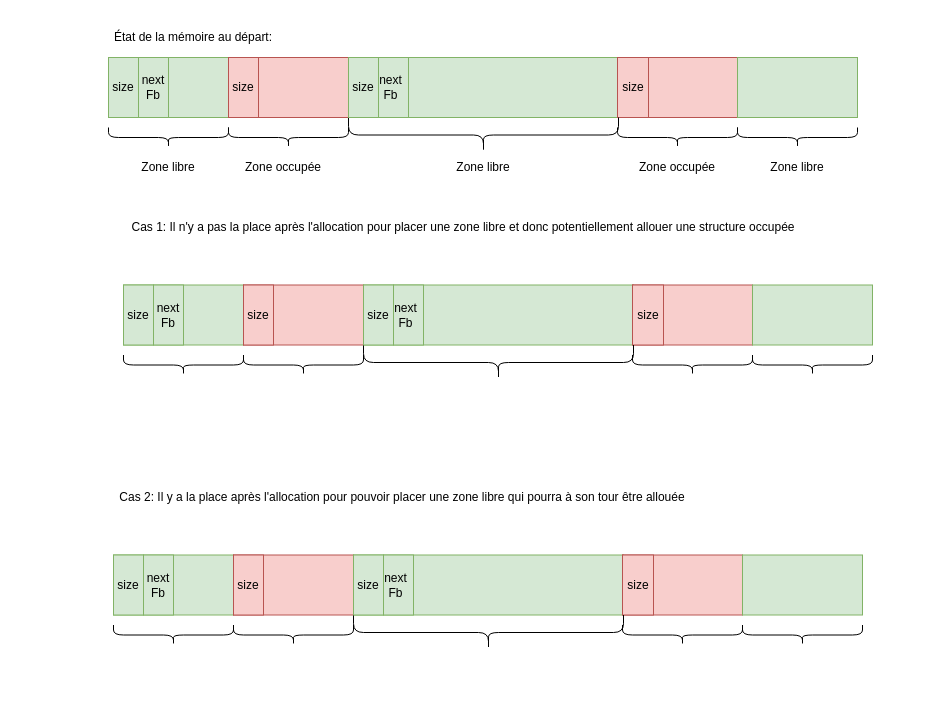
Before: diagrams/fonction_memAlloc.drawio in gregiorg/API_TP4_PELISSE_FODOR, a draw.io diagram. Source tidied: cells renumbered, new cells numbered last; positions are measured from the earlier drawing's top-left corner, leaving out a move shared by most shapes. Both pictures are drawn from the tidied source at 100%, with x=0, y=0 at pixel (17, -1).
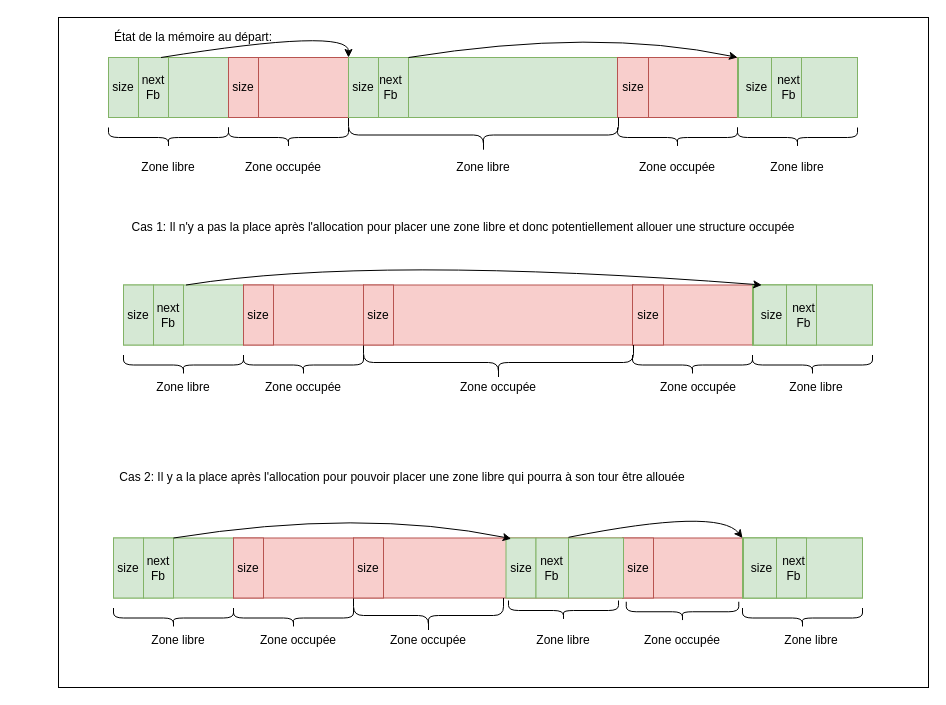
The same page after the edit.

The change refers to these unchanged cells:
```xml
<mxCell id="8" style="rounded=0;whiteSpace=wrap;html=1;fillColor=#d5e8d4;strokeColor=#82b366;" parent="1" vertex="1">
  <mxGeometry x="720" y="58" width="120" height="60" as="geometry" />
</mxCell>
<mxCell id="10" style="rounded=0;whiteSpace=wrap;html=1;fillColor=#d5e8d4;strokeColor=#82b366;" parent="1" vertex="1">
  <mxGeometry x="121" y="58" width="30" height="60" as="geometry" />
</mxCell>
<mxCell id="27" style="rounded=0;whiteSpace=wrap;html=1;fillColor=#d5e8d4;strokeColor=#82b366;" parent="1" vertex="1">
  <mxGeometry x="331" y="58" width="30" height="60" as="geometry" />
</mxCell>
```

What changed in the source:
```diff
@@
+    <mxCell id="76" style="rounded=0;whiteSpace=wrap;html=1;" parent="1" vertex="1">
+      <mxGeometry x="41" y="18" width="870" height="670" as="geometry" />
+    </mxCell>
@@
     <mxCell id="5" style="rounded=0;whiteSpace=wrap;html=1;fillColor=#f8cecc;strokeColor=#b85450;" parent="1" vertex="1">
-      <mxGeometry x="211" y="58" width="120" height="60" as="geometry" />
+      <mxGeometry x="241" y="58" width="120" height="60" as="geometry" />
     </mxCell>
@@
     <mxCell id="31" value="Cas 2: Il y a la place après l'allocation pour pouvoir placer une zone libre qui pourra à son tour être allouée" style="text;html=1;strokeColor=none;fillColor=none;align=center;verticalAlign=middle;whiteSpace=wrap;rounded=0;" parent="1" vertex="1">
-      <mxGeometry y="488" width="770" height="20" as="geometry" />
+      <mxGeometry y="468" width="770" height="20" as="geometry" />
     </mxCell>
@@
-    <mxCell id="34" style="rounded=0;whiteSpace=wrap;html=1;fillColor=#d5e8d4;strokeColor=#82b366;" parent="1" vertex="1">
+    <mxCell id="34" style="rounded=0;whiteSpace=wrap;html=1;fillColor=#f8cecc;strokeColor=#b85450;" parent="1" vertex="1">
       <mxGeometry x="346" y="285.5" width="270" height="60" as="geometry" />
     </mxCell>
@@
-    <mxCell id="50" style="rounded=0;whiteSpace=wrap;html=1;fillColor=#d5e8d4;strokeColor=#82b366;" parent="1" vertex="1">
+    <mxCell id="50" style="rounded=0;whiteSpace=wrap;html=1;fillColor=#f8cecc;strokeColor=#b85450;" parent="1" vertex="1">
       <mxGeometry x="346" y="285.5" width="30" height="60" as="geometry" />
     </mxCell>
-    <mxCell id="51" style="rounded=0;whiteSpace=wrap;html=1;fillColor=#d5e8d4;strokeColor=#82b366;" parent="1" vertex="1">
-      <mxGeometry x="376" y="285.5" width="30" height="60" as="geometry" />
-    </mxCell>
@@
-    <mxCell id="53" value="&lt;div&gt;next &lt;br&gt;&lt;/div&gt;&lt;div&gt;Fb&lt;br&gt;&lt;/div&gt;" style="text;html=1;align=center;verticalAlign=middle;whiteSpace=wrap;rounded=0;" parent="1" vertex="1">
-      <mxGeometry x="371" y="305.5" width="35" height="20" as="geometry" />
-    </mxCell>
     <mxCell id="54" style="rounded=0;whiteSpace=wrap;html=1;fillColor=#d5e8d4;strokeColor=#82b366;" parent="1" vertex="1">
-      <mxGeometry x="96" y="555.5" width="120" height="60" as="geometry" />
+      <mxGeometry x="96" y="538.5" width="120" height="60" as="geometry" />
     </mxCell>
     <mxCell id="55" style="rounded=0;whiteSpace=wrap;html=1;fillColor=#f8cecc;strokeColor=#b85450;" parent="1" vertex="1">
-      <mxGeometry x="216" y="555.5" width="120" height="60" as="geometry" />
+      <mxGeometry x="216" y="538.5" width="120" height="60" as="geometry" />
     </mxCell>
-    <mxCell id="56" style="rounded=0;whiteSpace=wrap;html=1;fillColor=#d5e8d4;strokeColor=#82b366;" parent="1" vertex="1">
-      <mxGeometry x="336" y="555.5" width="270" height="60" as="geometry" />
+    <mxCell id="56" style="rounded=0;whiteSpace=wrap;html=1;fillColor=#f8cecc;strokeColor=#b85450;" parent="1" vertex="1">
+      <mxGeometry x="336" y="538.5" width="270" height="60" as="geometry" />
     </mxCell>
     <mxCell id="57" style="rounded=0;whiteSpace=wrap;html=1;fillColor=#f8cecc;strokeColor=#b85450;" parent="1" vertex="1">
-      <mxGeometry x="605" y="555.5" width="120" height="60" as="geometry" />
+      <mxGeometry x="605" y="538.5" width="120" height="60" as="geometry" />
     </mxCell>
     <mxCell id="58" style="rounded=0;whiteSpace=wrap;html=1;fillColor=#d5e8d4;strokeColor=#82b366;" parent="1" vertex="1">
-      <mxGeometry x="725" y="555.5" width="120" height="60" as="geometry" />
+      <mxGeometry x="725" y="538.5" width="120" height="60" as="geometry" />
     </mxCell>
     <mxCell id="59" style="rounded=0;whiteSpace=wrap;html=1;fillColor=#d5e8d4;strokeColor=#82b366;" parent="1" vertex="1">
-      <mxGeometry x="96" y="555.5" width="30" height="60" as="geometry" />
+      <mxGeometry x="96" y="538.5" width="30" height="60" as="geometry" />
     </mxCell>
     <mxCell id="60" style="rounded=0;whiteSpace=wrap;html=1;fillColor=#d5e8d4;strokeColor=#82b366;" parent="1" vertex="1">
-      <mxGeometry x="126" y="555.5" width="30" height="60" as="geometry" />
+      <mxGeometry x="126" y="538.5" width="30" height="60" as="geometry" />
     </mxCell>
     <mxCell id="61" value="size" style="text;html=1;align=center;verticalAlign=middle;whiteSpace=wrap;rounded=0;" parent="1" vertex="1">
-      <mxGeometry x="91" y="575.5" width="40" height="20" as="geometry" />
+      <mxGeometry x="91" y="558.5" width="40" height="20" as="geometry" />
     </mxCell>
     <mxCell id="62" value="&lt;div&gt;next &lt;br&gt;&lt;/div&gt;&lt;div&gt;Fb&lt;br&gt;&lt;/div&gt;" style="text;html=1;align=center;verticalAlign=middle;whiteSpace=wrap;rounded=0;" parent="1" vertex="1">
-      <mxGeometry x="121" y="575.5" width="40" height="20" as="geometry" />
+      <mxGeometry x="121" y="558.5" width="40" height="20" as="geometry" />
     </mxCell>
     <mxCell id="63" style="rounded=0;whiteSpace=wrap;html=1;fillColor=#f8cecc;strokeColor=#b85450;" parent="1" vertex="1">
-      <mxGeometry x="216" y="555.5" width="30" height="60" as="geometry" />
+      <mxGeometry x="216" y="538.5" width="30" height="60" as="geometry" />
     </mxCell>
     <mxCell id="64" value="size" style="text;html=1;strokeColor=none;fillColor=none;align=center;verticalAlign=middle;whiteSpace=wrap;rounded=0;" parent="1" vertex="1">
-      <mxGeometry x="211" y="575.5" width="40" height="20" as="geometry" />
+      <mxGeometry x="211" y="558.5" width="40" height="20" as="geometry" />
     </mxCell>
     <mxCell id="65" style="rounded=0;whiteSpace=wrap;html=1;fillColor=#f8cecc;strokeColor=#b85450;" parent="1" vertex="1">
-      <mxGeometry x="605" y="555.5" width="31" height="60" as="geometry" />
+      <mxGeometry x="605" y="538.5" width="31" height="60" as="geometry" />
     </mxCell>
     <mxCell id="66" value="size" style="text;html=1;strokeColor=none;fillColor=none;align=center;verticalAlign=middle;whiteSpace=wrap;rounded=0;" parent="1" vertex="1">
-      <mxGeometry x="600.5" y="575.5" width="40" height="20" as="geometry" />
+      <mxGeometry x="600.5" y="558.5" width="40" height="20" as="geometry" />
     </mxCell>
     <mxCell id="67" style="shape=curlyBracket;whiteSpace=wrap;html=1;rounded=1;rotation=-90;size=0.5;" parent="1" vertex="1">
-      <mxGeometry x="146" y="575.5" width="20" height="120" as="geometry" />
+      <mxGeometry x="146" y="558.5" width="20" height="120" as="geometry" />
     </mxCell>
     <mxCell id="68" style="shape=curlyBracket;whiteSpace=wrap;html=1;rounded=1;rotation=-90;size=0.5;" parent="1" vertex="1">
-      <mxGeometry x="266" y="575.5" width="20" height="120" as="geometry" />
+      <mxGeometry x="266" y="558.5" width="20" height="120" as="geometry" />
     </mxCell>
     <mxCell id="69" style="shape=curlyBracket;whiteSpace=wrap;html=1;rounded=1;rotation=-90;size=0.5;" parent="1" vertex="1">
-      <mxGeometry x="453.5" y="498" width="35" height="270" as="geometry" />
+      <mxGeometry x="393.5" y="541" width="35" height="150" as="geometry" />
     </mxCell>
     <mxCell id="70" style="shape=curlyBracket;whiteSpace=wrap;html=1;rounded=1;rotation=-90;size=0.5;" parent="1" vertex="1">
-      <mxGeometry x="655" y="575.5" width="20" height="120" as="geometry" />
+      <mxGeometry x="536" y="556" width="20" height="110" as="geometry" />
     </mxCell>
     <mxCell id="71" style="shape=curlyBracket;whiteSpace=wrap;html=1;rounded=1;rotation=-90;size=0.5;" parent="1" vertex="1">
-      <mxGeometry x="775" y="575.5" width="20" height="120" as="geometry" />
+      <mxGeometry x="775" y="558.5" width="20" height="120" as="geometry" />
     </mxCell>
-    <mxCell id="72" style="rounded=0;whiteSpace=wrap;html=1;fillColor=#d5e8d4;strokeColor=#82b366;" parent="1" vertex="1">
-      <mxGeometry x="336" y="555.5" width="30" height="60" as="geometry" />
+    <mxCell id="72" style="rounded=0;whiteSpace=wrap;html=1;fillColor=#f8cecc;strokeColor=#b85450;" parent="1" vertex="1">
+      <mxGeometry x="336" y="538.5" width="30" height="60" as="geometry" />
     </mxCell>
-    <mxCell id="73" style="rounded=0;whiteSpace=wrap;html=1;fillColor=#d5e8d4;strokeColor=#82b366;" parent="1" vertex="1">
-      <mxGeometry x="366" y="555.5" width="30" height="60" as="geometry" />
-    </mxCell>
     <mxCell id="74" value="size" style="text;html=1;align=center;verticalAlign=middle;whiteSpace=wrap;rounded=0;" parent="1" vertex="1">
-      <mxGeometry x="331" y="575.5" width="40" height="20" as="geometry" />
+      <mxGeometry x="331" y="558.5" width="40" height="20" as="geometry" />
     </mxCell>
-    <mxCell id="75" value="&lt;div&gt;next &lt;br&gt;&lt;/div&gt;&lt;div&gt;Fb&lt;br&gt;&lt;/div&gt;" style="text;html=1;align=center;verticalAlign=middle;whiteSpace=wrap;rounded=0;" parent="1" vertex="1">
-      <mxGeometry x="361" y="575.5" width="35" height="20" as="geometry" />
-    </mxCell>
+    <mxCell id="77" style="curved=1;endArrow=classic;html=1;exitX=0.75;exitY=0;exitDx=0;exitDy=0;entryX=0;entryY=0;entryDx=0;entryDy=0;" parent="1" edge="1" source="10" target="27">
+      <mxGeometry relative="1" as="geometry">
+        <Array as="points">
+          <mxPoint x="331" y="28" />
+        </Array>
+      </mxGeometry>
+    </mxCell>
+    <mxCell id="78" style="curved=1;endArrow=classic;html=1;exitX=0.75;exitY=0;exitDx=0;exitDy=0;entryX=0;entryY=0;entryDx=0;entryDy=0;" parent="1" edge="1" target="8">
+      <mxGeometry relative="1" as="geometry">
+        <mxPoint x="391" y="58" as="sourcePoint" />
+        <Array as="points">
+          <mxPoint x="578.5" y="28" />
+        </Array>
+      </mxGeometry>
+    </mxCell>
+    <mxCell id="79" style="rounded=0;whiteSpace=wrap;html=1;fillColor=#d5e8d4;strokeColor=#82b366;" parent="1" vertex="1">
+      <mxGeometry x="721" y="58" width="33" height="60" as="geometry" />
+    </mxCell>
+    <mxCell id="80" style="rounded=0;whiteSpace=wrap;html=1;fillColor=#d5e8d4;strokeColor=#82b366;" parent="1" vertex="1">
+      <mxGeometry x="754" y="58" width="30" height="60" as="geometry" />
+    </mxCell>
+    <mxCell id="81" value="size" style="text;html=1;align=center;verticalAlign=middle;whiteSpace=wrap;rounded=0;" parent="1" vertex="1">
+      <mxGeometry x="720" y="78" width="39" height="20" as="geometry" />
+    </mxCell>
+    <mxCell id="82" value="&lt;div&gt;next &lt;br&gt;&lt;/div&gt;&lt;div&gt;Fb&lt;br&gt;&lt;/div&gt;" style="text;html=1;align=center;verticalAlign=middle;whiteSpace=wrap;rounded=0;" parent="1" vertex="1">
+      <mxGeometry x="754" y="78" width="35" height="20" as="geometry" />
+    </mxCell>
+    <mxCell id="83" style="rounded=0;whiteSpace=wrap;html=1;fillColor=#d5e8d4;strokeColor=#82b366;" parent="1" vertex="1">
+      <mxGeometry x="735" y="285.5" width="120" height="60" as="geometry" />
+    </mxCell>
+    <mxCell id="84" style="rounded=0;whiteSpace=wrap;html=1;fillColor=#d5e8d4;strokeColor=#82b366;" parent="1" vertex="1">
+      <mxGeometry x="736" y="285.5" width="33" height="60" as="geometry" />
+    </mxCell>
+    <mxCell id="85" style="rounded=0;whiteSpace=wrap;html=1;fillColor=#d5e8d4;strokeColor=#82b366;" parent="1" vertex="1">
+      <mxGeometry x="769" y="285.5" width="30" height="60" as="geometry" />
+    </mxCell>
+    <mxCell id="86" value="size" style="text;html=1;align=center;verticalAlign=middle;whiteSpace=wrap;rounded=0;" parent="1" vertex="1">
+      <mxGeometry x="735" y="305.5" width="39" height="20" as="geometry" />
+    </mxCell>
+    <mxCell id="87" value="&lt;div&gt;next &lt;br&gt;&lt;/div&gt;&lt;div&gt;Fb&lt;br&gt;&lt;/div&gt;" style="text;html=1;align=center;verticalAlign=middle;whiteSpace=wrap;rounded=0;" parent="1" vertex="1">
+      <mxGeometry x="769" y="305.5" width="35" height="20" as="geometry" />
+    </mxCell>
+    <mxCell id="88" style="rounded=0;whiteSpace=wrap;html=1;fillColor=#d5e8d4;strokeColor=#82b366;" parent="1" vertex="1">
+      <mxGeometry x="725" y="538.5" width="120" height="60" as="geometry" />
+    </mxCell>
+    <mxCell id="89" style="rounded=0;whiteSpace=wrap;html=1;fillColor=#d5e8d4;strokeColor=#82b366;" parent="1" vertex="1">
+      <mxGeometry x="726" y="538.5" width="33" height="60" as="geometry" />
+    </mxCell>
+    <mxCell id="90" style="rounded=0;whiteSpace=wrap;html=1;fillColor=#d5e8d4;strokeColor=#82b366;" parent="1" vertex="1">
+      <mxGeometry x="759" y="538.5" width="30" height="60" as="geometry" />
+    </mxCell>
+    <mxCell id="91" value="size" style="text;html=1;align=center;verticalAlign=middle;whiteSpace=wrap;rounded=0;" parent="1" vertex="1">
+      <mxGeometry x="725" y="558.5" width="39" height="20" as="geometry" />
+    </mxCell>
+    <mxCell id="92" value="&lt;div&gt;next &lt;br&gt;&lt;/div&gt;&lt;div&gt;Fb&lt;br&gt;&lt;/div&gt;" style="text;html=1;align=center;verticalAlign=middle;whiteSpace=wrap;rounded=0;" parent="1" vertex="1">
+      <mxGeometry x="759" y="558.5" width="35" height="20" as="geometry" />
+    </mxCell>
+    <mxCell id="93" style="curved=1;endArrow=classic;html=1;exitX=0.75;exitY=0;exitDx=0;exitDy=0;entryX=0.25;entryY=0;entryDx=0;entryDy=0;" parent="1" edge="1" target="84">
+      <mxGeometry relative="1" as="geometry">
+        <mxPoint x="168.5" y="285.5" as="sourcePoint" />
+        <Array as="points">
+          <mxPoint x="356" y="255.5" />
+        </Array>
+      </mxGeometry>
+    </mxCell>
+    <mxCell id="94" value="Zone occupée" style="text;html=1;strokeColor=none;fillColor=none;align=center;verticalAlign=middle;whiteSpace=wrap;rounded=0;" parent="1" vertex="1">
+      <mxGeometry x="241" y="378" width="90" height="20" as="geometry" />
+    </mxCell>
+    <mxCell id="95" value="Zone occupée" style="text;html=1;strokeColor=none;fillColor=none;align=center;verticalAlign=middle;whiteSpace=wrap;rounded=0;" parent="1" vertex="1">
+      <mxGeometry x="436" y="378" width="90" height="20" as="geometry" />
+    </mxCell>
+    <mxCell id="96" value="Zone occupée" style="text;html=1;strokeColor=none;fillColor=none;align=center;verticalAlign=middle;whiteSpace=wrap;rounded=0;" parent="1" vertex="1">
+      <mxGeometry x="636" y="378" width="90" height="20" as="geometry" />
+    </mxCell>
+    <mxCell id="97" value="Zone libre" style="text;html=1;strokeColor=none;fillColor=none;align=center;verticalAlign=middle;whiteSpace=wrap;rounded=0;" parent="1" vertex="1">
+      <mxGeometry x="764" y="378" width="70" height="20" as="geometry" />
+    </mxCell>
+    <mxCell id="98" value="Zone libre" style="text;html=1;strokeColor=none;fillColor=none;align=center;verticalAlign=middle;whiteSpace=wrap;rounded=0;" parent="1" vertex="1">
+      <mxGeometry x="131" y="378" width="70" height="20" as="geometry" />
+    </mxCell>
+    <mxCell id="99" style="rounded=0;whiteSpace=wrap;html=1;fillColor=#d5e8d4;strokeColor=#82b366;" parent="1" vertex="1">
+      <mxGeometry x="488.5" y="538.5" width="30" height="60" as="geometry" />
+    </mxCell>
+    <mxCell id="100" style="rounded=0;whiteSpace=wrap;html=1;fillColor=#d5e8d4;strokeColor=#82b366;" parent="1" vertex="1">
+      <mxGeometry x="518.5" y="538.5" width="32.5" height="60" as="geometry" />
+    </mxCell>
+    <mxCell id="101" value="size" style="text;html=1;align=center;verticalAlign=middle;whiteSpace=wrap;rounded=0;" parent="1" vertex="1">
+      <mxGeometry x="483.5" y="558.5" width="40" height="20" as="geometry" />
+    </mxCell>
+    <mxCell id="102" style="shape=curlyBracket;whiteSpace=wrap;html=1;rounded=1;rotation=-90;size=0.5;" parent="1" vertex="1">
+      <mxGeometry x="655" y="556" width="20" height="112.5" as="geometry" />
+    </mxCell>
+    <mxCell id="103" style="rounded=0;whiteSpace=wrap;html=1;fillColor=#d5e8d4;strokeColor=#82b366;" parent="1" vertex="1">
+      <mxGeometry x="551" y="538.5" width="55" height="60" as="geometry" />
+    </mxCell>
+    <mxCell id="104" value="&lt;div&gt;next &lt;br&gt;&lt;/div&gt;&lt;div&gt;Fb&lt;br&gt;&lt;/div&gt;" style="text;html=1;align=center;verticalAlign=middle;whiteSpace=wrap;rounded=0;" parent="1" vertex="1">
+      <mxGeometry x="517.2" y="558.5" width="35" height="20" as="geometry" />
+    </mxCell>
+    <mxCell id="105" value="Zone occupée" style="text;html=1;strokeColor=none;fillColor=none;align=center;verticalAlign=middle;whiteSpace=wrap;rounded=0;" parent="1" vertex="1">
+      <mxGeometry x="236" y="631" width="90" height="20" as="geometry" />
+    </mxCell>
+    <mxCell id="106" value="Zone occupée" style="text;html=1;strokeColor=none;fillColor=none;align=center;verticalAlign=middle;whiteSpace=wrap;rounded=0;" parent="1" vertex="1">
+      <mxGeometry x="366" y="631" width="90" height="20" as="geometry" />
+    </mxCell>
+    <mxCell id="107" value="Zone occupée" style="text;html=1;strokeColor=none;fillColor=none;align=center;verticalAlign=middle;whiteSpace=wrap;rounded=0;" parent="1" vertex="1">
+      <mxGeometry x="620" y="631" width="90" height="20" as="geometry" />
+    </mxCell>
+    <mxCell id="108" value="Zone libre" style="text;html=1;strokeColor=none;fillColor=none;align=center;verticalAlign=middle;whiteSpace=wrap;rounded=0;" parent="1" vertex="1">
+      <mxGeometry x="511" y="631" width="70" height="20" as="geometry" />
+    </mxCell>
+    <mxCell id="109" value="Zone libre" style="text;html=1;strokeColor=none;fillColor=none;align=center;verticalAlign=middle;whiteSpace=wrap;rounded=0;" parent="1" vertex="1">
+      <mxGeometry x="759" y="631" width="70" height="20" as="geometry" />
+    </mxCell>
+    <mxCell id="110" value="Zone libre" style="text;html=1;strokeColor=none;fillColor=none;align=center;verticalAlign=middle;whiteSpace=wrap;rounded=0;" parent="1" vertex="1">
+      <mxGeometry x="126" y="631" width="70" height="20" as="geometry" />
+    </mxCell>
+    <mxCell id="111" style="curved=1;endArrow=classic;html=1;exitX=0.75;exitY=0;exitDx=0;exitDy=0;entryX=0.584;entryY=0.012;entryDx=0;entryDy=0;entryPerimeter=0;" parent="1" edge="1" target="56">
+      <mxGeometry relative="1" as="geometry">
+        <mxPoint x="156" y="538.5" as="sourcePoint" />
+        <Array as="points">
+          <mxPoint x="343.5" y="508.5" />
+        </Array>
+      </mxGeometry>
+    </mxCell>
+    <mxCell id="112" style="curved=1;endArrow=classic;html=1;exitX=0.75;exitY=0;exitDx=0;exitDy=0;entryX=1;entryY=0;entryDx=0;entryDy=0;" parent="1" edge="1" target="57">
+      <mxGeometry relative="1" as="geometry">
+        <mxPoint x="551" y="537.8" as="sourcePoint" />
+        <Array as="points">
+          <mxPoint x="701" y="508" />
+        </Array>
+      </mxGeometry>
+    </mxCell>
```
